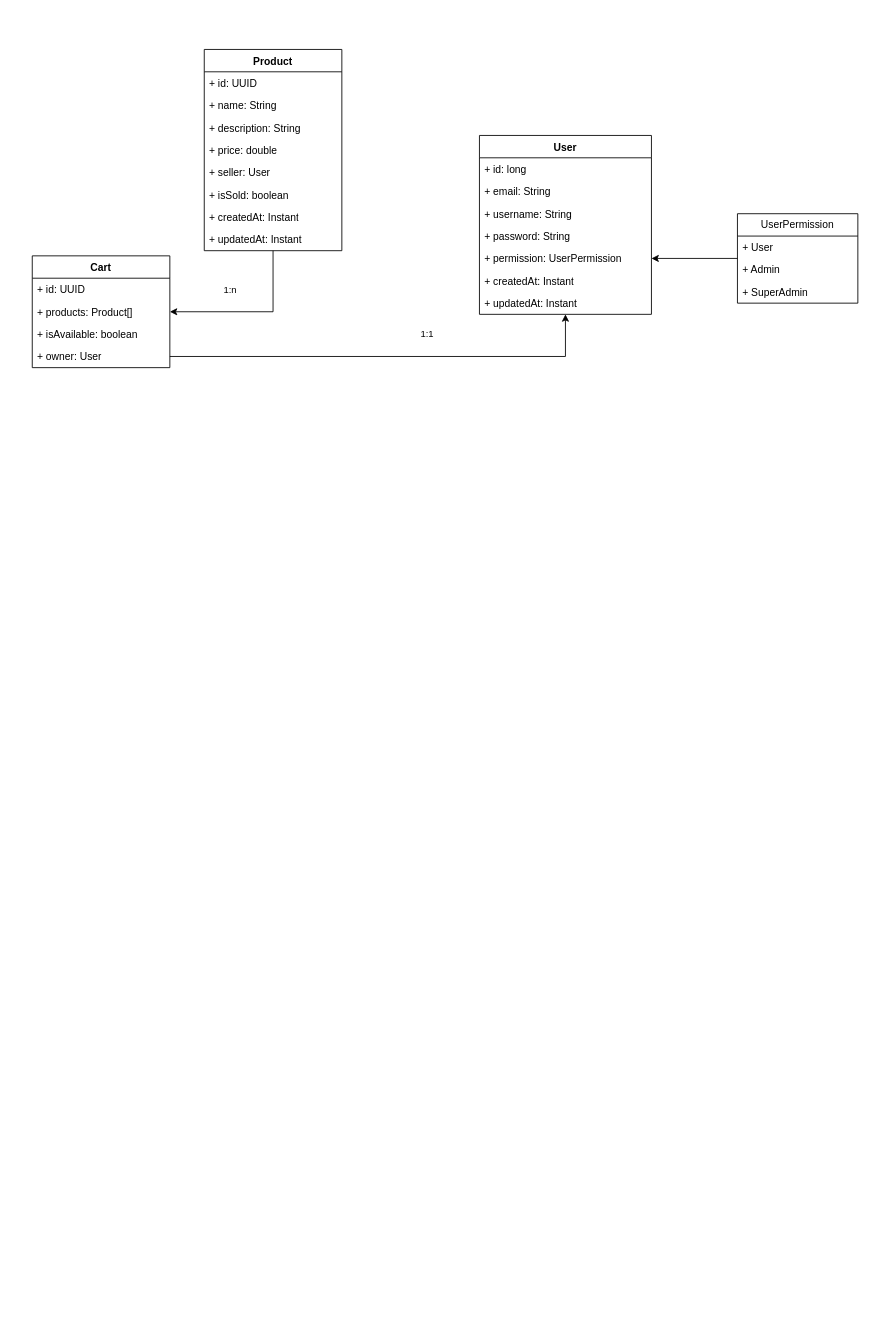
This is allegro-basic.drawio from stachu540/zdjava137-project, a draw.io file, before an edit. Source tidied: cells renumbered, new cells numbered last; positions are measured from the earlier drawing's top-left corner, leaving out a move shared by most shapes. Both pictures are drawn from the tidied source at 86%, with x=0, y=0 at pixel (32, 49).
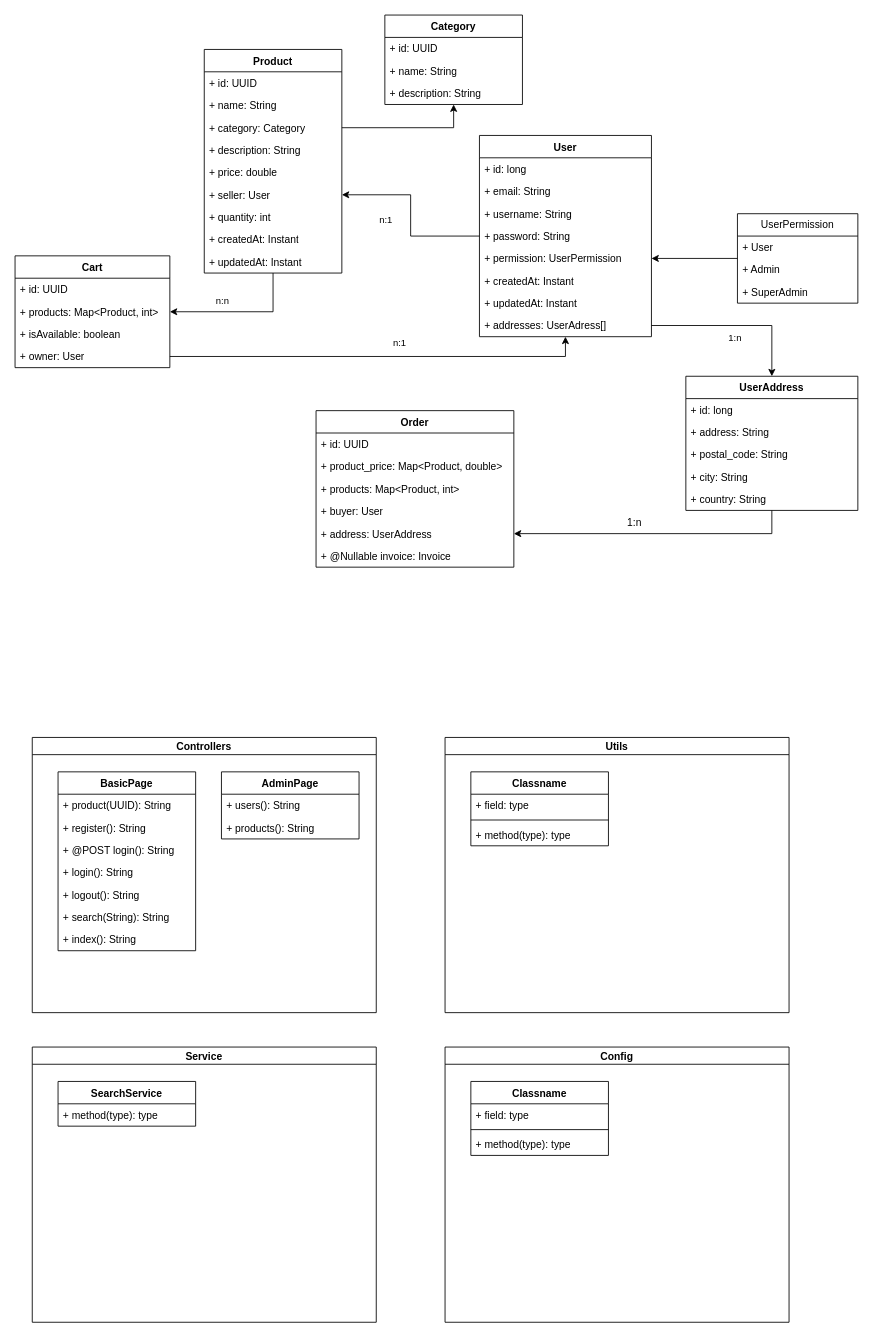
The same page after the edit.

Unchanged cells that the change refers to:
```xml
<mxCell id="2" style="edgeStyle=orthogonalEdgeStyle;rounded=0;jettySize=auto;html=1;" parent="1" edge="1" source="4" target="28">
  <mxGeometry relative="1" as="geometry" />
</mxCell>
<mxCell id="31" style="edgeStyle=orthogonalEdgeStyle;rounded=0;jettySize=auto;html=1;" parent="1" edge="1" source="30" target="13">
  <mxGeometry relative="1" as="geometry" />
</mxCell>
```

What changed in the source:
```diff
@@
-    <mxCell id="3" value="1:n" style="edgeLabel;html=1;align=center;verticalAlign=middle;" parent="2" vertex="1">
-      <mxGeometry x="-0.12" y="-2" relative="1" as="geometry">
-        <mxPoint x="-38" y="-24" as="offset" />
-      </mxGeometry>
-    </mxCell>
+    <mxCell id="33" value="n:n" style="edgeLabel;html=1;align=center;verticalAlign=middle;" parent="2" vertex="1">
+      <mxGeometry x="-0.42" y="1" relative="1" as="geometry">
+        <mxPoint x="-57" y="-14" as="offset" />
+      </mxGeometry>
+    </mxCell>
     <mxCell id="4" value="Product" style="swimlane;fontStyle=1;align=center;verticalAlign=top;horizontal=1;startSize=26;whiteSpace=wrap;html=1;" parent="1" vertex="1">
-      <mxGeometry x="200" width="160" height="234" as="geometry" />
+      <mxGeometry x="200" width="160" height="260" as="geometry" />
     </mxCell>
@@
+    <mxCell id="34" value="+ category: Category" style="text;strokeColor=none;fillColor=none;align=left;verticalAlign=top;spacingLeft=4;spacingRight=4;overflow=hidden;points=[[0,0.5],[1,0.5]];portConstraint=eastwest;whiteSpace=wrap;html=1;" parent="4" vertex="1">
+      <mxGeometry y="78" width="160" height="26" as="geometry" />
+    </mxCell>
     <mxCell id="7" value="+ description: String" style="text;strokeColor=none;fillColor=none;align=left;verticalAlign=top;spacingLeft=4;spacingRight=4;overflow=hidden;whiteSpace=wrap;html=1;" parent="4" vertex="1">
-      <mxGeometry y="78" width="160" height="26" as="geometry" />
+      <mxGeometry y="104" width="160" height="26" as="geometry" />
     </mxCell>
     <mxCell id="8" value="+ price: double" style="text;strokeColor=none;fillColor=none;align=left;verticalAlign=top;spacingLeft=4;spacingRight=4;overflow=hidden;whiteSpace=wrap;html=1;" parent="4" vertex="1">
-      <mxGeometry y="104" width="160" height="26" as="geometry" />
+      <mxGeometry y="130" width="160" height="26" as="geometry" />
     </mxCell>
     <mxCell id="9" value="+ seller: User" style="text;strokeColor=none;fillColor=none;align=left;verticalAlign=top;spacingLeft=4;spacingRight=4;overflow=hidden;points=[[0,0.5],[1,0.5]];portConstraint=eastwest;whiteSpace=wrap;html=1;" parent="4" vertex="1">
-      <mxGeometry y="130" width="160" height="26" as="geometry" />
+      <mxGeometry y="156" width="160" height="26" as="geometry" />
     </mxCell>
-    <mxCell id="10" value="+ isSold: boolean" style="text;strokeColor=none;fillColor=none;align=left;verticalAlign=top;spacingLeft=4;spacingRight=4;overflow=hidden;whiteSpace=wrap;html=1;" parent="4" vertex="1">
-      <mxGeometry y="156" width="160" height="26" as="geometry" />
+    <mxCell id="10" value="+ quantity: int" style="text;strokeColor=none;fillColor=none;align=left;verticalAlign=top;spacingLeft=4;spacingRight=4;overflow=hidden;whiteSpace=wrap;html=1;" parent="4" vertex="1">
+      <mxGeometry y="182" width="160" height="26" as="geometry" />
     </mxCell>
     <mxCell id="11" value="+ createdAt: Instant" style="text;strokeColor=none;fillColor=none;align=left;verticalAlign=top;spacingLeft=4;spacingRight=4;overflow=hidden;whiteSpace=wrap;html=1;" parent="4" vertex="1">
-      <mxGeometry y="182" width="160" height="26" as="geometry" />
+      <mxGeometry y="208" width="160" height="26" as="geometry" />
     </mxCell>
     <mxCell id="12" value="+ updatedAt: Instant" style="text;strokeColor=none;fillColor=none;align=left;verticalAlign=top;spacingLeft=4;spacingRight=4;overflow=hidden;whiteSpace=wrap;html=1;" parent="4" vertex="1">
-      <mxGeometry y="208" width="160" height="26" as="geometry" />
+      <mxGeometry y="234" width="160" height="26" as="geometry" />
     </mxCell>
+    <mxCell id="35" style="edgeStyle=orthogonalEdgeStyle;rounded=0;jettySize=auto;html=1;" parent="1" edge="1" source="13" target="9">
+      <mxGeometry relative="1" as="geometry" />
+    </mxCell>
+    <mxCell id="36" value="n:1" style="edgeLabel;html=1;align=center;verticalAlign=middle;" parent="35" vertex="1">
+      <mxGeometry x="-0.23" y="-2" relative="1" as="geometry">
+        <mxPoint x="-32" y="-20" as="offset" />
+      </mxGeometry>
+    </mxCell>
     <mxCell id="13" value="User" style="swimlane;fontStyle=1;align=center;verticalAlign=top;horizontal=1;startSize=26;whiteSpace=wrap;html=1;" parent="1" vertex="1">
-      <mxGeometry x="520" y="100" width="200" height="208" as="geometry" />
+      <mxGeometry x="520" y="100" width="200" height="234" as="geometry" />
     </mxCell>
@@
+    <mxCell id="37" value="+ updatedAt: Instant" style="text;strokeColor=none;fillColor=none;align=left;verticalAlign=top;spacingLeft=4;spacingRight=4;overflow=hidden;whiteSpace=wrap;html=1;" parent="13" vertex="1">
+      <mxGeometry y="182" width="200" height="26" as="geometry" />
+    </mxCell>
-    <mxCell id="20" value="+ updatedAt: Instant" style="text;strokeColor=none;fillColor=none;align=left;verticalAlign=top;spacingLeft=4;spacingRight=4;overflow=hidden;points=[[0,0.5],[1,0.5]];portConstraint=eastwest;whiteSpace=wrap;html=1;" parent="13" vertex="1">
-      <mxGeometry y="182" width="200" height="26" as="geometry" />
+    <mxCell id="20" value="+ addresses: UserAdress[]" style="text;strokeColor=none;fillColor=none;align=left;verticalAlign=top;spacingLeft=4;spacingRight=4;overflow=hidden;points=[[0,0.5],[1,0.5]];portConstraint=eastwest;whiteSpace=wrap;html=1;" parent="13" vertex="1">
+      <mxGeometry y="208" width="200" height="26" as="geometry" />
     </mxCell>
@@
     <mxCell id="26" value="Cart" style="swimlane;fontStyle=1;align=center;verticalAlign=top;horizontal=1;startSize=26;whiteSpace=wrap;html=1;" parent="1" vertex="1">
-      <mxGeometry y="240" width="160" height="130" as="geometry" />
+      <mxGeometry x="-20" y="240" width="180" height="130" as="geometry" />
     </mxCell>
     <mxCell id="27" value="+ id: UUID" style="text;strokeColor=none;fillColor=none;align=left;verticalAlign=top;spacingLeft=4;spacingRight=4;overflow=hidden;whiteSpace=wrap;html=1;" parent="26" vertex="1">
-      <mxGeometry y="26" width="160" height="26" as="geometry" />
+      <mxGeometry y="26" width="180" height="26" as="geometry" />
     </mxCell>
-    <mxCell id="28" value="+ products: Product[]" style="text;strokeColor=none;fillColor=none;align=left;verticalAlign=top;spacingLeft=4;spacingRight=4;overflow=hidden;points=[[0,0.5],[1,0.5]];portConstraint=eastwest;whiteSpace=wrap;html=1;" parent="26" vertex="1">
-      <mxGeometry y="52" width="160" height="26" as="geometry" />
+    <mxCell id="28" value="+ products: Map&amp;lt;Product, int&amp;gt;" style="text;strokeColor=none;fillColor=none;align=left;verticalAlign=top;spacingLeft=4;spacingRight=4;overflow=hidden;points=[[0,0.5],[1,0.5]];portConstraint=eastwest;whiteSpace=wrap;html=1;" parent="26" vertex="1">
+      <mxGeometry y="52" width="180" height="26" as="geometry" />
     </mxCell>
     <mxCell id="29" value="+ isAvailable: boolean" style="text;strokeColor=none;fillColor=none;align=left;verticalAlign=top;spacingLeft=4;spacingRight=4;overflow=hidden;whiteSpace=wrap;html=1;" parent="26" vertex="1">
-      <mxGeometry y="78" width="160" height="26" as="geometry" />
+      <mxGeometry y="78" width="180" height="26" as="geometry" />
     </mxCell>
     <mxCell id="30" value="+ owner: User" style="text;strokeColor=none;fillColor=none;align=left;verticalAlign=top;spacingLeft=4;spacingRight=4;overflow=hidden;points=[[0,0.5],[1,0.5]];portConstraint=eastwest;whiteSpace=wrap;html=1;" parent="26" vertex="1">
-      <mxGeometry y="104" width="160" height="26" as="geometry" />
+      <mxGeometry y="104" width="180" height="26" as="geometry" />
     </mxCell>
@@
-    <mxCell id="32" value="1:1" style="edgeLabel;html=1;align=center;verticalAlign=middle;" parent="31" vertex="1">
+    <mxCell id="32" value="n:1" style="edgeLabel;html=1;align=center;verticalAlign=middle;" parent="31" vertex="1">
       <mxGeometry x="0.14" y="-2" relative="1" as="geometry">
-        <mxPoint x="8" y="-29" as="offset" />
+        <mxPoint x="-9" y="-19" as="offset" />
       </mxGeometry>
     </mxCell>
+    <mxCell id="38" value="Controllers" style="swimlane;startSize=20;horizontal=1;containerType=tree;" parent="1" vertex="1">
+      <mxGeometry y="800" width="400" height="320" as="geometry" />
+    </mxCell>
+    <mxCell id="39" value="BasicPage" style="swimlane;fontStyle=1;align=center;verticalAlign=top;horizontal=1;startSize=26;" parent="38" vertex="1">
+      <mxGeometry x="30" y="40" width="160" height="208" as="geometry" />
+    </mxCell>
+    <mxCell id="40" value="+ product(UUID): String" style="text;strokeColor=none;fillColor=none;align=left;verticalAlign=top;spacingLeft=4;spacingRight=4;overflow=hidden;" parent="39" vertex="1">
+      <mxGeometry y="26" width="160" height="26" as="geometry" />
+    </mxCell>
+    <mxCell id="41" value="+ register(): String" style="text;strokeColor=none;fillColor=none;align=left;verticalAlign=top;spacingLeft=4;spacingRight=4;overflow=hidden;" parent="39" vertex="1">
+      <mxGeometry y="52" width="160" height="26" as="geometry" />
+    </mxCell>
+    <mxCell id="42" value="+ @POST login(): String" style="text;strokeColor=none;fillColor=none;align=left;verticalAlign=top;spacingLeft=4;spacingRight=4;overflow=hidden;" parent="39" vertex="1">
+      <mxGeometry y="78" width="160" height="26" as="geometry" />
+    </mxCell>
+    <mxCell id="43" value="+ login(): String" style="text;strokeColor=none;fillColor=none;align=left;verticalAlign=top;spacingLeft=4;spacingRight=4;overflow=hidden;" parent="39" vertex="1">
+      <mxGeometry y="104" width="160" height="26" as="geometry" />
+    </mxCell>
+    <mxCell id="44" value="+ logout(): String" style="text;strokeColor=none;fillColor=none;align=left;verticalAlign=top;spacingLeft=4;spacingRight=4;overflow=hidden;" parent="39" vertex="1">
+      <mxGeometry y="130" width="160" height="26" as="geometry" />
+    </mxCell>
+    <mxCell id="45" value="+ search(String): String" style="text;strokeColor=none;fillColor=none;align=left;verticalAlign=top;spacingLeft=4;spacingRight=4;overflow=hidden;" parent="39" vertex="1">
+      <mxGeometry y="156" width="160" height="26" as="geometry" />
+    </mxCell>
+    <mxCell id="46" value="+ index(): String" style="text;strokeColor=none;fillColor=none;align=left;verticalAlign=top;spacingLeft=4;spacingRight=4;overflow=hidden;" parent="39" vertex="1">
+      <mxGeometry y="182" width="160" height="26" as="geometry" />
+    </mxCell>
+    <mxCell id="47" value="AdminPage" style="swimlane;fontStyle=1;align=center;verticalAlign=top;horizontal=1;startSize=26;" parent="38" vertex="1">
+      <mxGeometry x="220" y="40" width="160" height="78" as="geometry" />
+    </mxCell>
+    <mxCell id="48" value="+ users(): String" style="text;strokeColor=none;fillColor=none;align=left;verticalAlign=top;spacingLeft=4;spacingRight=4;overflow=hidden;" parent="47" vertex="1">
+      <mxGeometry y="26" width="160" height="26" as="geometry" />
+    </mxCell>
+    <mxCell id="49" value="+ products(): String" style="text;strokeColor=none;fillColor=none;align=left;verticalAlign=top;spacingLeft=4;spacingRight=4;overflow=hidden;" parent="47" vertex="1">
+      <mxGeometry y="52" width="160" height="26" as="geometry" />
+    </mxCell>
+    <mxCell id="50" value="Service" style="swimlane;startSize=20;horizontal=1;containerType=tree;" parent="1" vertex="1">
+      <mxGeometry y="1160" width="400" height="320" as="geometry" />
+    </mxCell>
+    <mxCell id="51" value="SearchService" style="swimlane;fontStyle=1;align=center;verticalAlign=top;horizontal=1;startSize=26;" parent="50" vertex="1">
+      <mxGeometry x="30" y="40" width="160" height="52" as="geometry" />
+    </mxCell>
+    <mxCell id="52" value="+ method(type): type" style="text;strokeColor=none;fillColor=none;align=left;verticalAlign=top;spacingLeft=4;spacingRight=4;overflow=hidden;" parent="51" vertex="1">
+      <mxGeometry y="26" width="160" height="26" as="geometry" />
+    </mxCell>
+    <mxCell id="53" value="Config" style="swimlane;startSize=20;horizontal=1;containerType=tree;" parent="1" vertex="1">
+      <mxGeometry x="480" y="1160" width="400" height="320" as="geometry" />
+    </mxCell>
+    <mxCell id="54" value="Classname" style="swimlane;fontStyle=1;align=center;verticalAlign=top;horizontal=1;startSize=26;" parent="53" vertex="1">
+      <mxGeometry x="30" y="40" width="160" height="86" as="geometry" />
+    </mxCell>
+    <mxCell id="55" value="+ field: type" style="text;strokeColor=none;fillColor=none;align=left;verticalAlign=top;spacingLeft=4;spacingRight=4;overflow=hidden;" parent="54" vertex="1">
+      <mxGeometry y="26" width="160" height="26" as="geometry" />
+    </mxCell>
+    <mxCell id="56" style="line;strokeWidth=1;fillColor=none;align=left;verticalAlign=middle;spacingTop=-1;spacingLeft=3;spacingRight=3;labelPosition=right;strokeColor=inherit;" parent="54" vertex="1">
+      <mxGeometry y="52" width="160" height="8" as="geometry" />
+    </mxCell>
+    <mxCell id="57" value="+ method(type): type" style="text;strokeColor=none;fillColor=none;align=left;verticalAlign=top;spacingLeft=4;spacingRight=4;overflow=hidden;" parent="54" vertex="1">
+      <mxGeometry y="60" width="160" height="26" as="geometry" />
+    </mxCell>
+    <mxCell id="58" value="Utils" style="swimlane;startSize=20;horizontal=1;containerType=tree;" parent="1" vertex="1">
+      <mxGeometry x="480" y="800" width="400" height="320" as="geometry" />
+    </mxCell>
+    <mxCell id="59" value="Classname" style="swimlane;fontStyle=1;align=center;verticalAlign=top;horizontal=1;startSize=26;" parent="58" vertex="1">
+      <mxGeometry x="30" y="40" width="160" height="86" as="geometry" />
+    </mxCell>
+    <mxCell id="60" value="+ field: type" style="text;strokeColor=none;fillColor=none;align=left;verticalAlign=top;spacingLeft=4;spacingRight=4;overflow=hidden;" parent="59" vertex="1">
+      <mxGeometry y="26" width="160" height="26" as="geometry" />
+    </mxCell>
+    <mxCell id="61" style="line;strokeWidth=1;fillColor=none;align=left;verticalAlign=middle;spacingTop=-1;spacingLeft=3;spacingRight=3;labelPosition=right;strokeColor=inherit;" parent="59" vertex="1">
+      <mxGeometry y="52" width="160" height="8" as="geometry" />
+    </mxCell>
+    <mxCell id="62" value="+ method(type): type" style="text;strokeColor=none;fillColor=none;align=left;verticalAlign=top;spacingLeft=4;spacingRight=4;overflow=hidden;" parent="59" vertex="1">
+      <mxGeometry y="60" width="160" height="26" as="geometry" />
+    </mxCell>
+    <mxCell id="63" value="Order" style="swimlane;fontStyle=1;align=center;verticalAlign=top;horizontal=1;startSize=26;whiteSpace=wrap;html=1;" parent="1" vertex="1">
+      <mxGeometry x="330" y="420" width="230" height="182" as="geometry" />
+    </mxCell>
+    <mxCell id="64" value="+ id: UUID" style="text;strokeColor=none;fillColor=none;align=left;verticalAlign=top;spacingLeft=4;spacingRight=4;overflow=hidden;whiteSpace=wrap;html=1;" parent="63" vertex="1">
+      <mxGeometry y="26" width="230" height="26" as="geometry" />
+    </mxCell>
+    <mxCell id="65" value="+ product_price: Map&amp;lt;Product, double&amp;gt;" style="text;strokeColor=none;fillColor=none;align=left;verticalAlign=top;spacingLeft=4;spacingRight=4;overflow=hidden;whiteSpace=wrap;html=1;" parent="63" vertex="1">
+      <mxGeometry y="52" width="230" height="26" as="geometry" />
+    </mxCell>
+    <mxCell id="66" value="+ products: Map&amp;lt;Product, int&amp;gt;" style="text;strokeColor=none;fillColor=none;align=left;verticalAlign=top;spacingLeft=4;spacingRight=4;overflow=hidden;whiteSpace=wrap;html=1;" parent="63" vertex="1">
+      <mxGeometry y="78" width="230" height="26" as="geometry" />
+    </mxCell>
+    <mxCell id="67" value="+ buyer: User" style="text;strokeColor=none;fillColor=none;align=left;verticalAlign=top;spacingLeft=4;spacingRight=4;overflow=hidden;whiteSpace=wrap;html=1;" parent="63" vertex="1">
+      <mxGeometry y="104" width="230" height="26" as="geometry" />
+    </mxCell>
+    <mxCell id="68" value="+ address:&amp;nbsp;&lt;span style=&quot;text-align: center;&quot;&gt;UserAddress&lt;/span&gt;" style="text;strokeColor=none;fillColor=none;align=left;verticalAlign=top;spacingLeft=4;spacingRight=4;overflow=hidden;points=[[0,0.5],[1,0.5]];portConstraint=eastwest;whiteSpace=wrap;html=1;" parent="63" vertex="1">
+      <mxGeometry y="130" width="230" height="26" as="geometry" />
+    </mxCell>
+    <mxCell id="69" value="+ @Nullable invoice: Invoice" style="text;strokeColor=none;fillColor=none;align=left;verticalAlign=top;spacingLeft=4;spacingRight=4;overflow=hidden;whiteSpace=wrap;html=1;" parent="63" vertex="1">
+      <mxGeometry y="156" width="230" height="26" as="geometry" />
+    </mxCell>
+    <mxCell id="70" style="edgeStyle=orthogonalEdgeStyle;rounded=0;jettySize=auto;html=1;" parent="1" edge="1" source="71" target="68">
+      <mxGeometry relative="1" as="geometry" />
+    </mxCell>
+    <mxCell id="71" value="UserAddress" style="swimlane;fontStyle=1;align=center;verticalAlign=top;horizontal=1;startSize=26;whiteSpace=wrap;html=1;" parent="1" vertex="1">
+      <mxGeometry x="760" y="380" width="200" height="156" as="geometry" />
+    </mxCell>
+    <mxCell id="72" value="+ id: long" style="text;strokeColor=none;fillColor=none;align=left;verticalAlign=top;spacingLeft=4;spacingRight=4;overflow=hidden;whiteSpace=wrap;html=1;" parent="71" vertex="1">
+      <mxGeometry y="26" width="200" height="26" as="geometry" />
+    </mxCell>
+    <mxCell id="73" value="+ address: String" style="text;strokeColor=none;fillColor=none;align=left;verticalAlign=top;spacingLeft=4;spacingRight=4;overflow=hidden;whiteSpace=wrap;html=1;" parent="71" vertex="1">
+      <mxGeometry y="52" width="200" height="26" as="geometry" />
+    </mxCell>
+    <mxCell id="74" value="+ postal_code: String" style="text;strokeColor=none;fillColor=none;align=left;verticalAlign=top;spacingLeft=4;spacingRight=4;overflow=hidden;whiteSpace=wrap;html=1;" parent="71" vertex="1">
+      <mxGeometry y="78" width="200" height="26" as="geometry" />
+    </mxCell>
+    <mxCell id="75" value="+ city: String" style="text;strokeColor=none;fillColor=none;align=left;verticalAlign=top;spacingLeft=4;spacingRight=4;overflow=hidden;whiteSpace=wrap;html=1;" parent="71" vertex="1">
+      <mxGeometry y="104" width="200" height="26" as="geometry" />
+    </mxCell>
+    <mxCell id="76" value="+ country: String" style="text;strokeColor=none;fillColor=none;align=left;verticalAlign=top;spacingLeft=4;spacingRight=4;overflow=hidden;whiteSpace=wrap;html=1;" parent="71" vertex="1">
+      <mxGeometry y="130" width="200" height="26" as="geometry" />
+    </mxCell>
+    <mxCell id="77" value="Category" style="swimlane;fontStyle=1;align=center;verticalAlign=top;horizontal=1;startSize=26;whiteSpace=wrap;html=1;" parent="1" vertex="1">
+      <mxGeometry x="410" y="-40" width="160" height="104" as="geometry" />
+    </mxCell>
+    <mxCell id="78" value="+ id: UUID" style="text;strokeColor=none;fillColor=none;align=left;verticalAlign=top;spacingLeft=4;spacingRight=4;overflow=hidden;whiteSpace=wrap;html=1;" parent="77" vertex="1">
+      <mxGeometry y="26" width="160" height="26" as="geometry" />
+    </mxCell>
+    <mxCell id="79" value="+ name: String" style="text;strokeColor=none;fillColor=none;align=left;verticalAlign=top;spacingLeft=4;spacingRight=4;overflow=hidden;whiteSpace=wrap;html=1;" parent="77" vertex="1">
+      <mxGeometry y="52" width="160" height="26" as="geometry" />
+    </mxCell>
+    <mxCell id="80" value="+ description: String" style="text;strokeColor=none;fillColor=none;align=left;verticalAlign=top;spacingLeft=4;spacingRight=4;overflow=hidden;whiteSpace=wrap;html=1;" parent="77" vertex="1">
+      <mxGeometry y="78" width="160" height="26" as="geometry" />
+    </mxCell>
+    <mxCell id="81" style="edgeStyle=orthogonalEdgeStyle;rounded=0;jettySize=auto;html=1;" parent="1" edge="1" source="34" target="77">
+      <mxGeometry relative="1" as="geometry" />
+    </mxCell>
+    <mxCell id="82" style="edgeStyle=orthogonalEdgeStyle;rounded=0;jettySize=auto;html=1;" parent="1" edge="1" source="20" target="71">
+      <mxGeometry relative="1" as="geometry" />
+    </mxCell>
+    <mxCell id="3" value="1:n" style="edgeLabel;html=1;align=center;verticalAlign=middle;" parent="82" vertex="1">
+      <mxGeometry x="-0.04" y="-2" relative="1" as="geometry">
+        <mxPoint y="11" as="offset" />
+      </mxGeometry>
+    </mxCell>
+    <mxCell id="83" value="1:n" style="text;html=1;align=center;verticalAlign=middle;strokeColor=none;fillColor=none;" parent="1" vertex="1">
+      <mxGeometry x="680" y="536" width="40" height="30" as="geometry" />
+    </mxCell>
```
